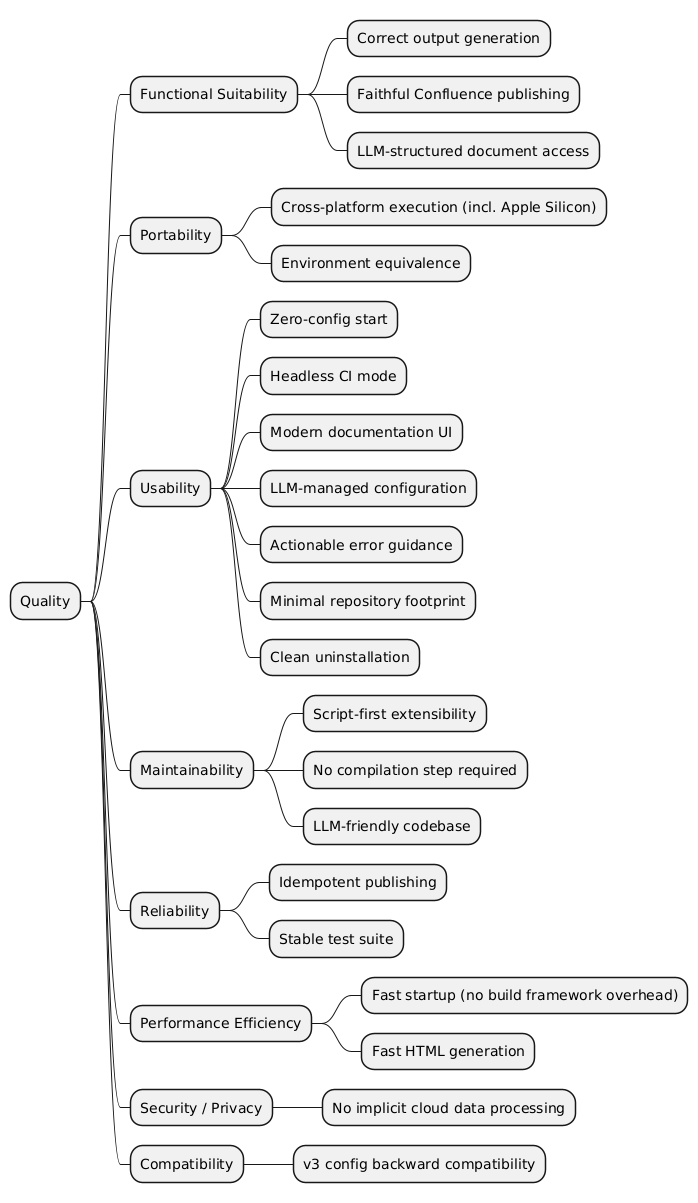
docToolchain/docToolchain keeps this PlantUML diagram as v4.0.x/images/quality-tree.png. Above is the earlier version.
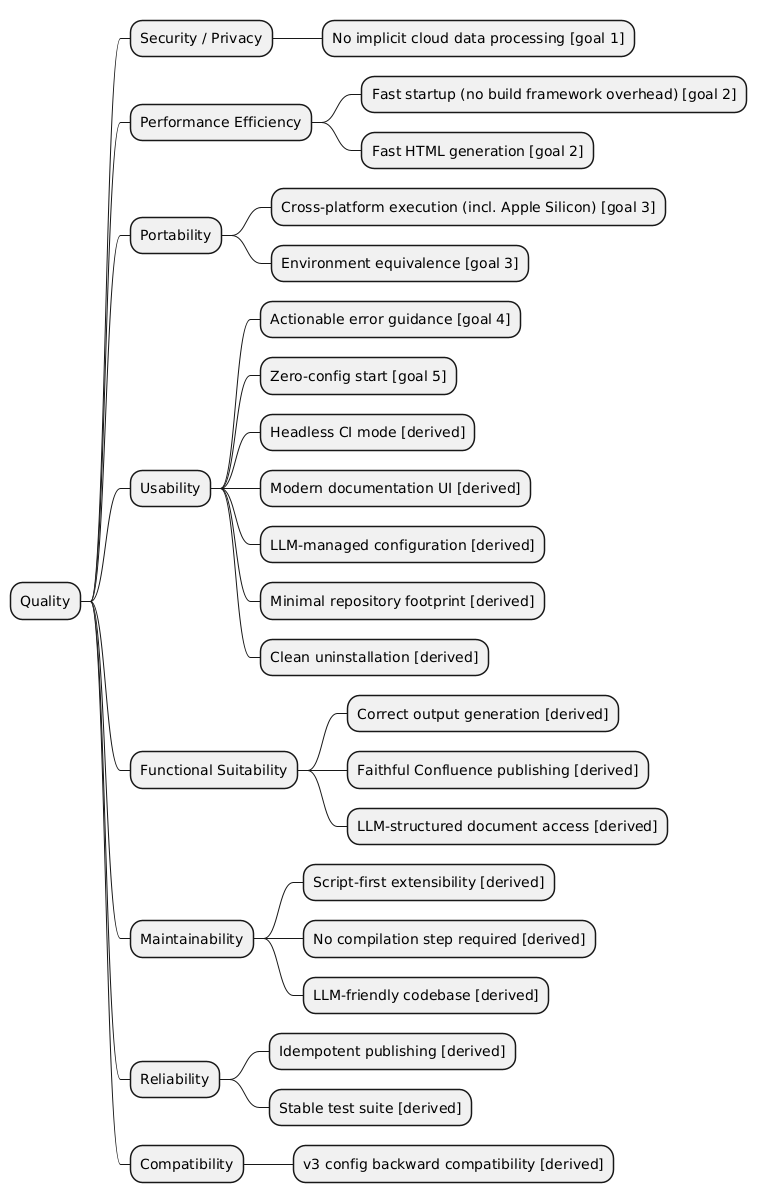
Later version of the same file.

Change to the diagram source:
```diff
@@ -1,32 +1,32 @@
 @startmindmap
 * Quality
+** Security / Privacy
+*** No implicit cloud data processing [goal 1]
+** Performance Efficiency
+*** Fast startup (no build framework overhead) [goal 2]
+*** Fast HTML generation [goal 2]
+** Portability
+*** Cross-platform execution (incl. Apple Silicon) [goal 3]
+*** Environment equivalence [goal 3]
+** Usability
+*** Actionable error guidance [goal 4]
+*** Zero-config start [goal 5]
+*** Headless CI mode [derived]
+*** Modern documentation UI [derived]
+*** LLM-managed configuration [derived]
+*** Minimal repository footprint [derived]
+*** Clean uninstallation [derived]
 ** Functional Suitability
-*** Correct output generation
-*** Faithful Confluence publishing
-*** LLM-structured document access
-** Portability
-*** Cross-platform execution (incl. Apple Silicon)
-*** Environment equivalence
-** Usability
-*** Zero-config start
-*** Headless CI mode
-*** Modern documentation UI
-*** LLM-managed configuration
-*** Actionable error guidance
-*** Minimal repository footprint
-*** Clean uninstallation
+*** Correct output generation [derived]
+*** Faithful Confluence publishing [derived]
+*** LLM-structured document access [derived]
 ** Maintainability
-*** Script-first extensibility
-*** No compilation step required
-*** LLM-friendly codebase
+*** Script-first extensibility [derived]
+*** No compilation step required [derived]
+*** LLM-friendly codebase [derived]
 ** Reliability
-*** Idempotent publishing
-*** Stable test suite
-** Performance Efficiency
-*** Fast startup (no build framework overhead)
-*** Fast HTML generation
-** Security / Privacy
-*** No implicit cloud data processing
+*** Idempotent publishing [derived]
+*** Stable test suite [derived]
 ** Compatibility
-*** v3 config backward compatibility
+*** v3 config backward compatibility [derived]
 @endmindmap
```
